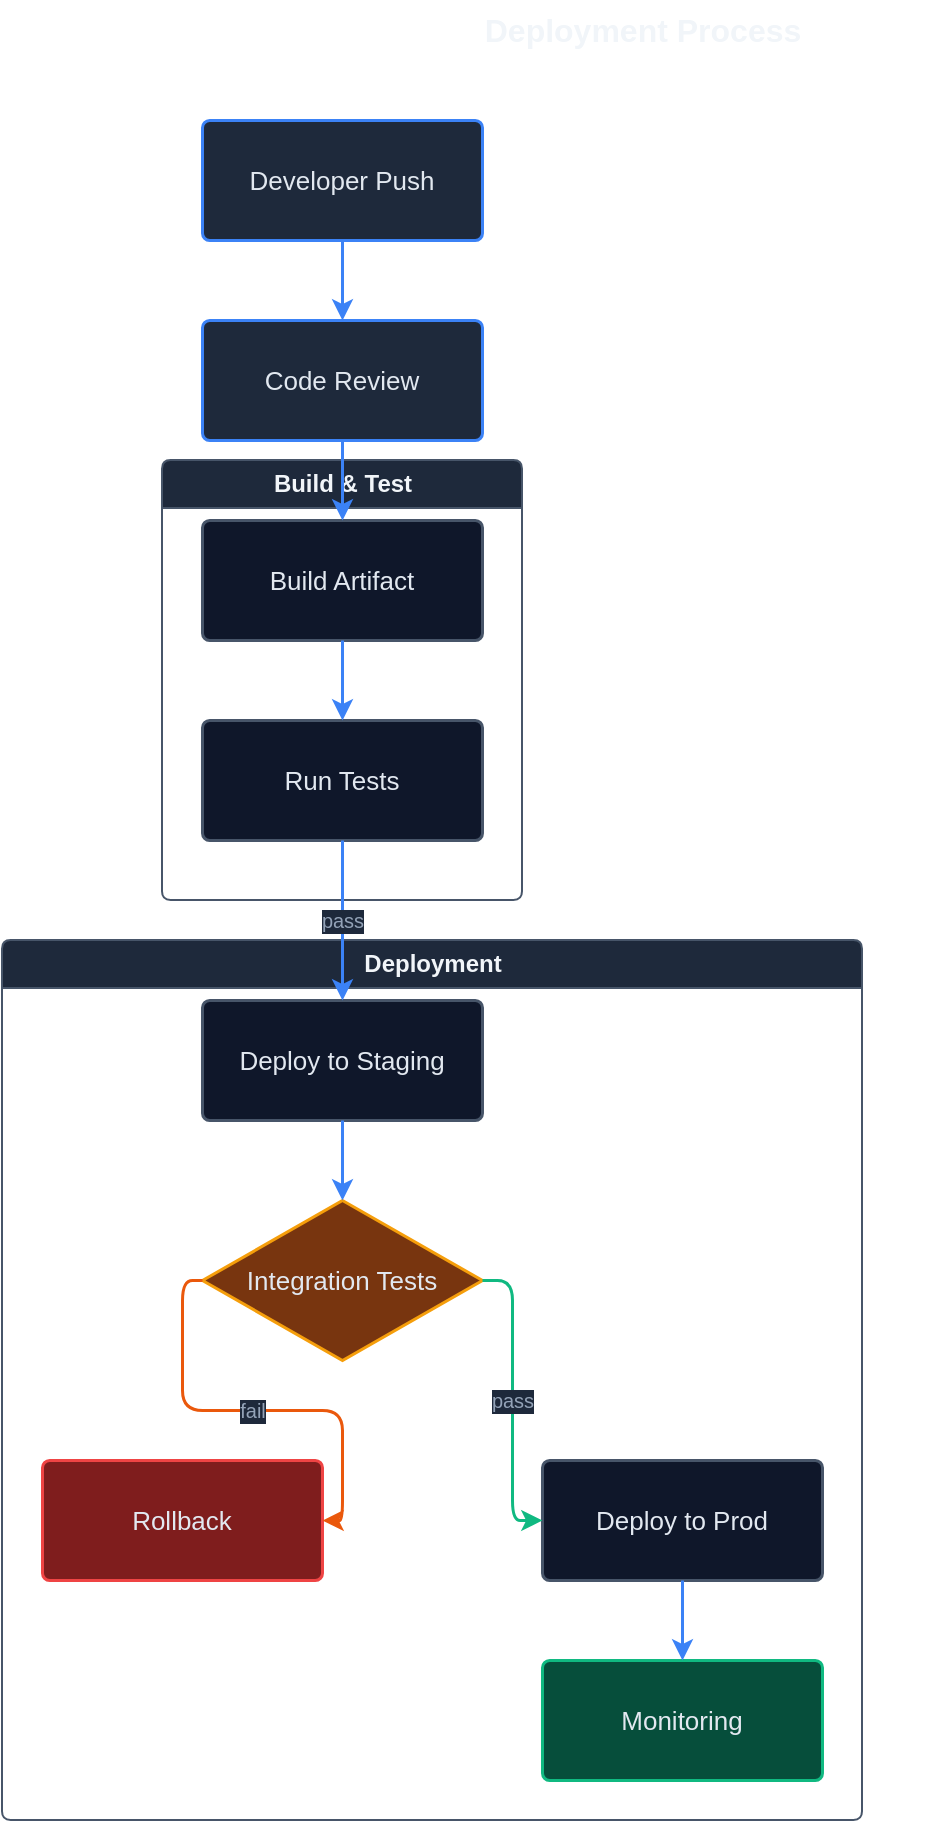
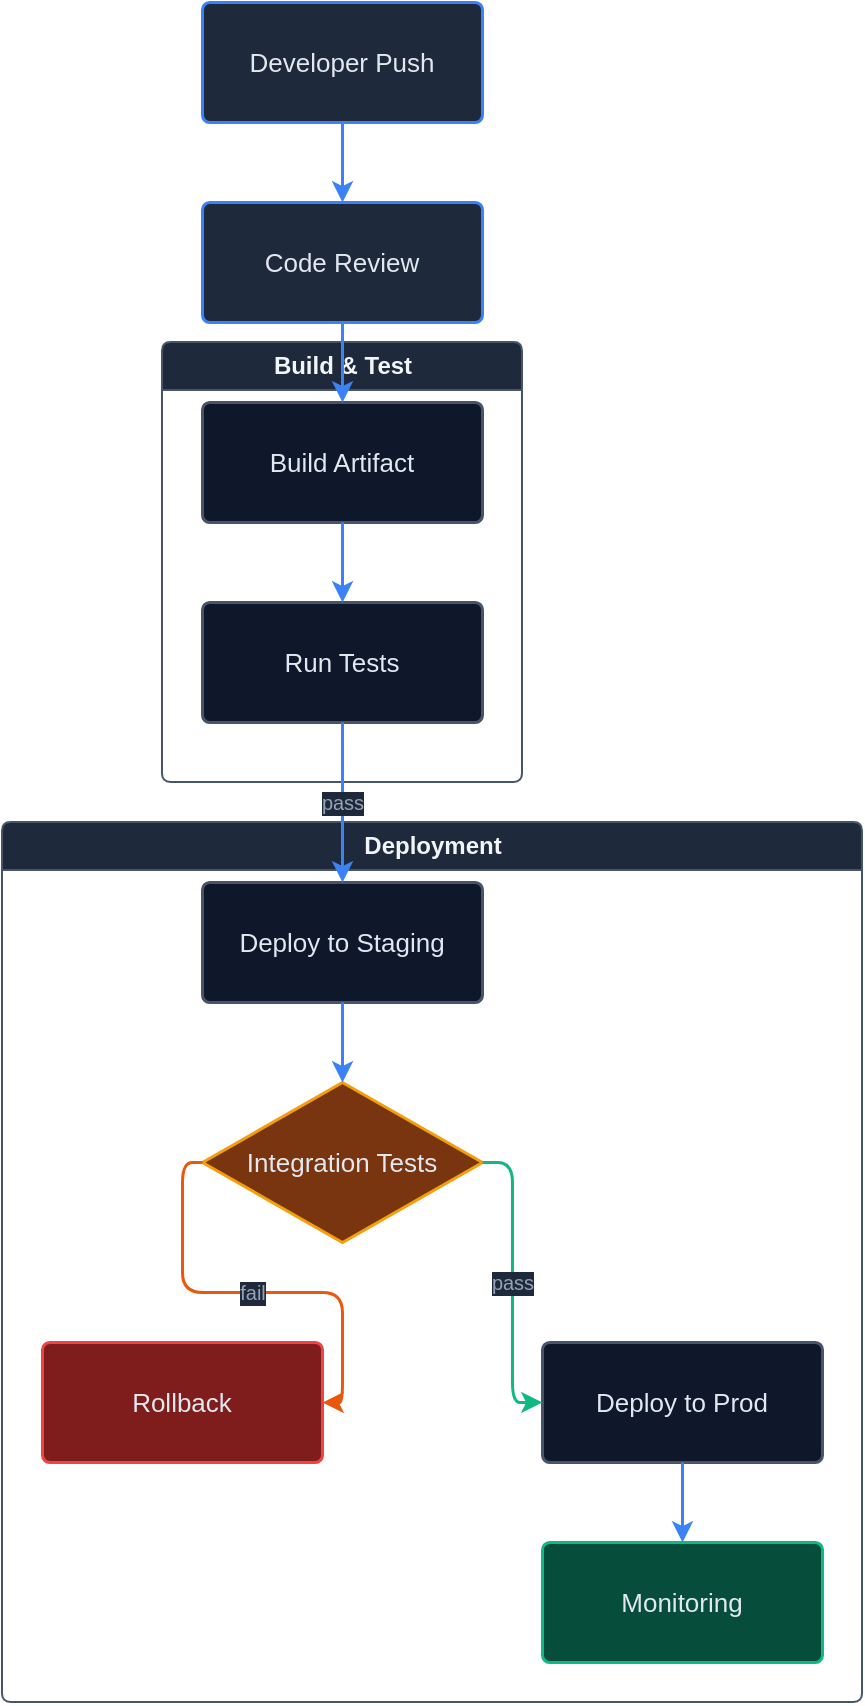
<mxGraphModel adaptiveColors="auto">
  <root>
    <mxCell id="0"/>
    <mxCell id="1" parent="0"/>
-     <!-- Title -->
-     <mxCell id="2" value="&lt;b&gt;Deployment Process&lt;/b&gt;" style="text;html=1;fontSize=16;fontColor=#f1f5f9;align=center;verticalAlign=middle;resizable=0;pointerEvents=0;" vertex="1" parent="1">
-       <mxGeometry x="200" y="20" width="300" height="30" as="geometry"/>
-     </mxCell>
    <!-- Developer Push -->
    <mxCell id="3" value="Developer Push" style="rounded=1;whiteSpace=wrap;html=1;arcSize=6;strokeWidth=1.5;fontSize=13;fontColor=#e2e8f0;fillColor=#1e293b;strokeColor=#3b82f6;" vertex="1" parent="1">
      <mxGeometry x="130" y="80" width="140" height="60" as="geometry"/>
    </mxCell>
    <!-- Code Review -->
    <mxCell id="4" value="Code Review" style="rounded=1;whiteSpace=wrap;html=1;arcSize=6;strokeWidth=1.5;fontSize=13;fontColor=#e2e8f0;fillColor=#1e293b;strokeColor=#3b82f6;" vertex="1" parent="1">
      <mxGeometry x="130" y="180" width="140" height="60" as="geometry"/>
    </mxCell>
    <!-- Build & Test Group -->
    <mxCell id="12" value="Build &amp; Test" style="swimlane;startSize=24;rounded=1;arcSize=6;strokeWidth=1;strokeDashPattern=4 3;html=1;fontColor=#f1f5f9;fillColor=#1e293b;strokeColor=#475569;collapsible=0;" vertex="1" parent="1">
      <mxGeometry x="110" y="250" width="180" height="220" as="geometry"/>
    </mxCell>
    <!-- Build Artifact -->
    <mxCell id="5" value="Build Artifact" style="rounded=1;whiteSpace=wrap;html=1;arcSize=6;strokeWidth=1.5;fontSize=13;fontColor=#e2e8f0;fillColor=#0f172a;strokeColor=#475569;" vertex="1" parent="12">
      <mxGeometry x="20" y="30" width="140" height="60" as="geometry"/>
    </mxCell>
    <!-- Run Tests -->
    <mxCell id="6" value="Run Tests" style="rounded=1;whiteSpace=wrap;html=1;arcSize=6;strokeWidth=1.5;fontSize=13;fontColor=#e2e8f0;fillColor=#0f172a;strokeColor=#475569;" vertex="1" parent="12">
      <mxGeometry x="20" y="130" width="140" height="60" as="geometry"/>
    </mxCell>
    <!-- Deployment Group -->
    <mxCell id="13" value="Deployment" style="swimlane;startSize=24;rounded=1;arcSize=6;strokeWidth=1;strokeDashPattern=4 3;html=1;fontColor=#f1f5f9;fillColor=#1e293b;strokeColor=#475569;collapsible=0;" vertex="1" parent="1">
      <mxGeometry x="30" y="490" width="430" height="440" as="geometry"/>
    </mxCell>
    <!-- Deploy to Staging -->
    <mxCell id="7" value="Deploy to Staging" style="rounded=1;whiteSpace=wrap;html=1;arcSize=6;strokeWidth=1.5;fontSize=13;fontColor=#e2e8f0;fillColor=#0f172a;strokeColor=#475569;" vertex="1" parent="13">
      <mxGeometry x="100" y="30" width="140" height="60" as="geometry"/>
    </mxCell>
    <!-- Integration Tests (diamond) -->
    <mxCell id="8" value="Integration Tests" style="whiteSpace=wrap;html=1;strokeWidth=1.5;fontSize=13;fontColor=#e2e8f0;fillColor=#78350f;strokeColor=#f59e0b;shape=rhombus;verticalAlign=middle;align=center;" vertex="1" parent="13">
      <mxGeometry x="100" y="130" width="140" height="80" as="geometry"/>
    </mxCell>
    <!-- Deploy to Prod -->
    <mxCell id="9" value="Deploy to Prod" style="rounded=1;whiteSpace=wrap;html=1;arcSize=6;strokeWidth=1.5;fontSize=13;fontColor=#e2e8f0;fillColor=#0f172a;strokeColor=#475569;" vertex="1" parent="13">
      <mxGeometry x="270" y="260" width="140" height="60" as="geometry"/>
    </mxCell>
    <!-- Rollback -->
    <mxCell id="10" value="Rollback" style="rounded=1;whiteSpace=wrap;html=1;arcSize=6;strokeWidth=1.5;fontSize=13;fontColor=#e2e8f0;fillColor=#7f1d1d;strokeColor=#ef4444;" vertex="1" parent="13">
      <mxGeometry x="20" y="260" width="140" height="60" as="geometry"/>
    </mxCell>
    <!-- Monitoring -->
    <mxCell id="11" value="Monitoring" style="rounded=1;whiteSpace=wrap;html=1;arcSize=6;strokeWidth=1.5;fontSize=13;fontColor=#e2e8f0;fillColor=#064e3b;strokeColor=#10b981;" vertex="1" parent="13">
      <mxGeometry x="270" y="360" width="140" height="60" as="geometry"/>
    </mxCell>
    <!-- Edges -->
    <!-- Developer Push → Code Review -->
    <mxCell id="14" value="" style="edgeStyle=orthogonalEdgeStyle;rounded=1;html=1;strokeWidth=1.5;endArrow=classic;endFill=1;strokeColor=#3b82f6;exitX=0.5;exitY=1;entryX=0.5;entryY=0;" edge="1" parent="1" source="3" target="4">
      <mxGeometry relative="1" as="geometry"/>
    </mxCell>
    <!-- Code Review → Build Artifact -->
    <mxCell id="15" value="" style="edgeStyle=orthogonalEdgeStyle;rounded=1;html=1;strokeWidth=1.5;endArrow=classic;endFill=1;strokeColor=#3b82f6;exitX=0.5;exitY=1;entryX=0.5;entryY=0;" edge="1" parent="1" source="4" target="5">
      <mxGeometry relative="1" as="geometry"/>
    </mxCell>
    <!-- Build Artifact → Run Tests -->
    <mxCell id="16" value="" style="edgeStyle=orthogonalEdgeStyle;rounded=1;html=1;strokeWidth=1.5;endArrow=classic;endFill=1;strokeColor=#3b82f6;exitX=0.5;exitY=1;entryX=0.5;entryY=0;" edge="1" parent="12" source="5" target="6">
      <mxGeometry relative="1" as="geometry"/>
    </mxCell>
    <!-- Run Tests → Deploy to Staging (pass) -->
    <mxCell id="17" value="pass" style="edgeStyle=orthogonalEdgeStyle;rounded=1;html=1;strokeWidth=1.5;endArrow=classic;endFill=1;strokeColor=#3b82f6;exitX=0.5;exitY=1;entryX=0.5;entryY=0;fontSize=10;fontColor=#94a3b8;labelBackgroundColor=#1e293b;" edge="1" parent="1" source="6" target="7">
      <mxGeometry relative="1" as="geometry"/>
    </mxCell>
    <!-- Deploy to Staging → Integration Tests -->
    <mxCell id="18" value="" style="edgeStyle=orthogonalEdgeStyle;rounded=1;html=1;strokeWidth=1.5;endArrow=classic;endFill=1;strokeColor=#3b82f6;exitX=0.5;exitY=1;entryX=0.5;entryY=0;" edge="1" parent="13" source="7" target="8">
      <mxGeometry relative="1" as="geometry"/>
    </mxCell>
    <!-- Integration Tests → Deploy to Prod (pass) -->
    <mxCell id="19" value="pass" style="edgeStyle=orthogonalEdgeStyle;rounded=1;html=1;strokeWidth=1.5;endArrow=classic;endFill=1;strokeColor=#10b981;exitX=1;exitY=0.5;entryX=0;entryY=0.5;fontSize=10;fontColor=#94a3b8;labelBackgroundColor=#1e293b;" edge="1" parent="13" source="8" target="9">
      <mxGeometry relative="1" as="geometry"/>
    </mxCell>
    <!-- Integration Tests → Rollback (fail) -->
    <mxCell id="20" value="fail" style="edgeStyle=orthogonalEdgeStyle;rounded=1;html=1;strokeWidth=1.5;endArrow=classic;endFill=1;strokeColor=#ea580c;exitX=0;exitY=0.5;entryX=1;entryY=0.5;fontSize=10;fontColor=#94a3b8;labelBackgroundColor=#1e293b;" edge="1" parent="13" source="8" target="10">
      <mxGeometry relative="1" as="geometry"/>
    </mxCell>
    <!-- Deploy to Prod → Monitoring -->
    <mxCell id="21" value="" style="edgeStyle=orthogonalEdgeStyle;rounded=1;html=1;strokeWidth=1.5;endArrow=classic;endFill=1;strokeColor=#3b82f6;exitX=0.5;exitY=1;entryX=0.5;entryY=0;" edge="1" parent="13" source="9" target="11">
      <mxGeometry relative="1" as="geometry"/>
    </mxCell>
  </root>
</mxGraphModel>
